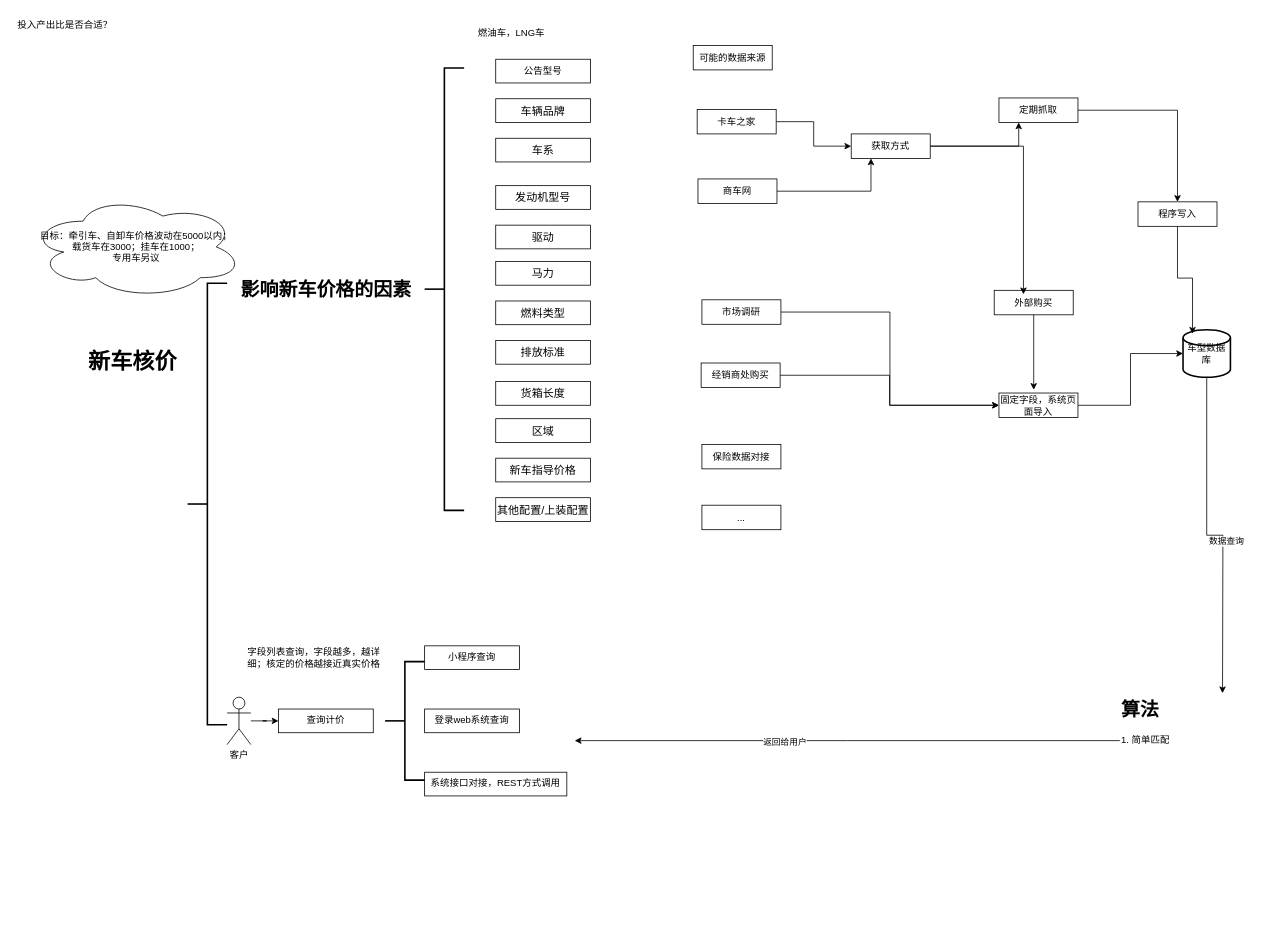
This is 车型库-产品开发.drawio from XiongZen/QJReconstitution, a draw.io file, before an edit. Source tidied: cells renumbered, new cells numbered last; positions are measured from the earlier drawing's top-left corner, leaving out a move shared by most shapes. Both pictures are drawn from the tidied source at 79%, with x=0, y=0 at pixel (13, 13).
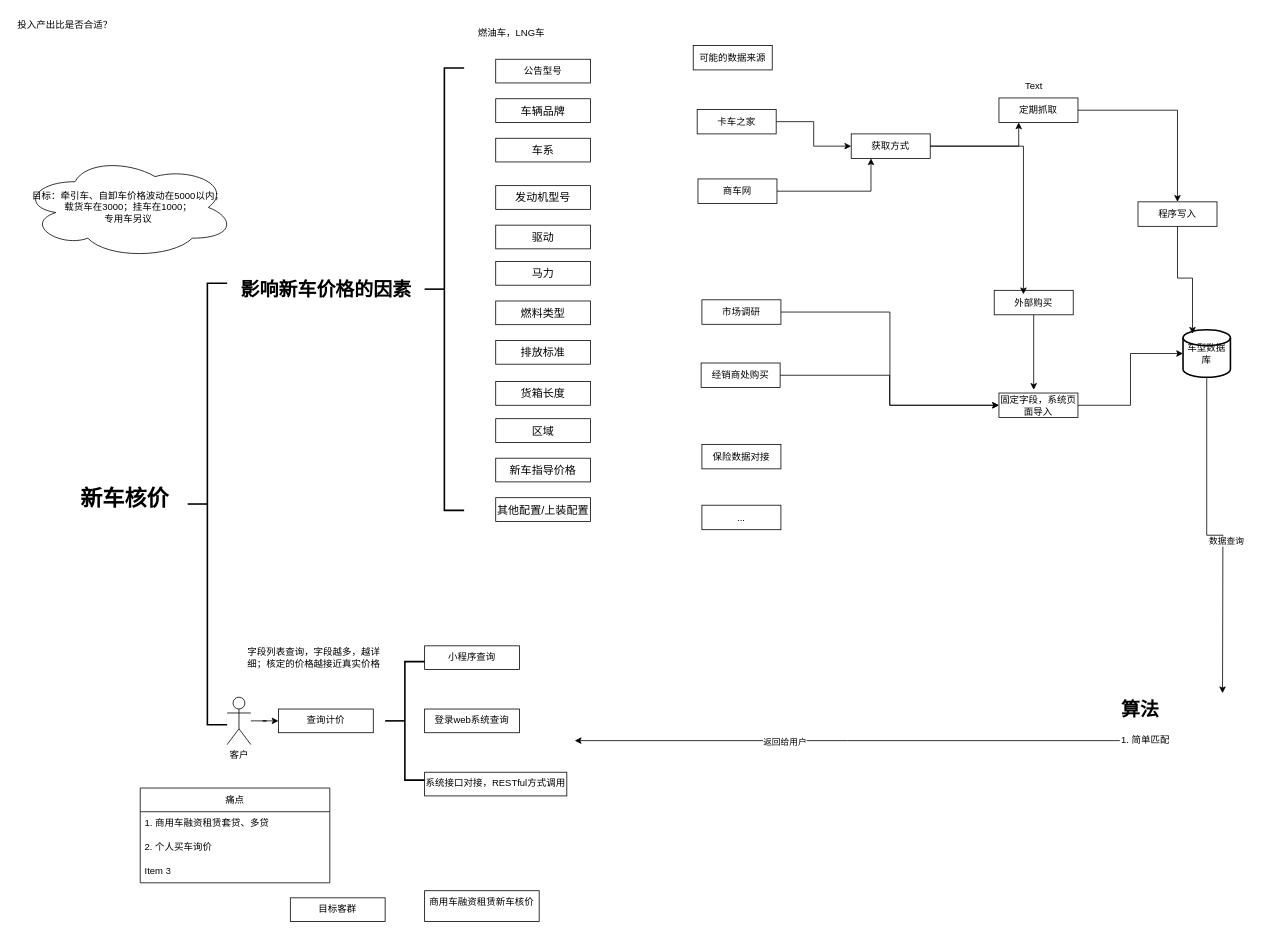
The same diagram, later.

Commit message:
Update 车型库-产品开发.drawio

The edit, as a diff of the source:
```diff
@@
     <mxCell id="4" value="新车核价" style="text;strokeColor=none;fillColor=none;html=1;fontSize=28;fontStyle=1;verticalAlign=middle;align=center;shadow=0;" parent="1" vertex="1">
-      <mxGeometry x="100" y="420" width="100" height="40" as="geometry" />
+      <mxGeometry x="90" y="592.5" width="100" height="40" as="geometry" />
     </mxCell>
@@
     <mxCell id="7" value="目标：牵引车、自卸车价格波动在5000以内；&lt;div&gt;载货车在3000；挂车在1000；&lt;div&gt;专用车另议&lt;/div&gt;&lt;/div&gt;" style="ellipse;shape=cloud;whiteSpace=wrap;html=1;" parent="1" vertex="1">
-      <mxGeometry x="20" y="230" width="270" height="130" as="geometry" />
+      <mxGeometry x="10" y="180" width="270" height="130" as="geometry" />
     </mxCell>
@@
-    <mxCell id="46" value="系统接口对接，REST方式调用" style="whiteSpace=wrap;html=1;verticalAlign=top;" parent="1" vertex="1">
+    <mxCell id="46" value="系统接口对接，RESTful方式调用" style="whiteSpace=wrap;html=1;verticalAlign=top;" parent="1" vertex="1">
       <mxGeometry x="520" y="960" width="180" height="30" as="geometry" />
     </mxCell>
@@
+    <mxCell id="57" value="Text" style="text;html=1;align=center;verticalAlign=middle;strokeColor=none;fillColor=none;" parent="1" vertex="1">
+      <mxGeometry x="1266" y="77" width="50" height="30" as="geometry" />
+    </mxCell>
+    <mxCell id="58" value="目标客群" style="whiteSpace=wrap;html=1;verticalAlign=top;" parent="1" vertex="1">
+      <mxGeometry x="350" y="1119" width="120" height="30" as="geometry" />
+    </mxCell>
+    <mxCell id="59" value="商用车融资租赁新车核价" style="whiteSpace=wrap;html=1;verticalAlign=top;" parent="1" vertex="1">
+      <mxGeometry x="520" y="1110" width="145" height="39" as="geometry" />
+    </mxCell>
+    <mxCell id="60" value="痛点" style="swimlane;fontStyle=0;horizontal=1;startSize=30;whiteSpace=wrap;html=1;" parent="1" vertex="1">
+      <mxGeometry x="160" y="980" width="240" height="120" as="geometry" />
+    </mxCell>
+    <mxCell id="61" value="1. 商用车融资租赁套贷、多贷" style="text;strokeColor=none;fillColor=none;align=left;verticalAlign=middle;spacingLeft=4;spacingRight=4;overflow=hidden;whiteSpace=wrap;html=1;" parent="60" vertex="1">
+      <mxGeometry y="30" width="240" height="30" as="geometry" />
+    </mxCell>
+    <mxCell id="62" value="2. 个人买车询价" style="text;strokeColor=none;fillColor=none;align=left;verticalAlign=middle;spacingLeft=4;spacingRight=4;overflow=hidden;whiteSpace=wrap;html=1;" parent="60" vertex="1">
+      <mxGeometry y="60" width="240" height="30" as="geometry" />
+    </mxCell>
+    <mxCell id="63" value="Item 3" style="text;strokeColor=none;fillColor=none;align=left;verticalAlign=middle;spacingLeft=4;spacingRight=4;overflow=hidden;whiteSpace=wrap;html=1;" parent="60" vertex="1">
+      <mxGeometry y="90" width="240" height="30" as="geometry" />
+    </mxCell>
```
